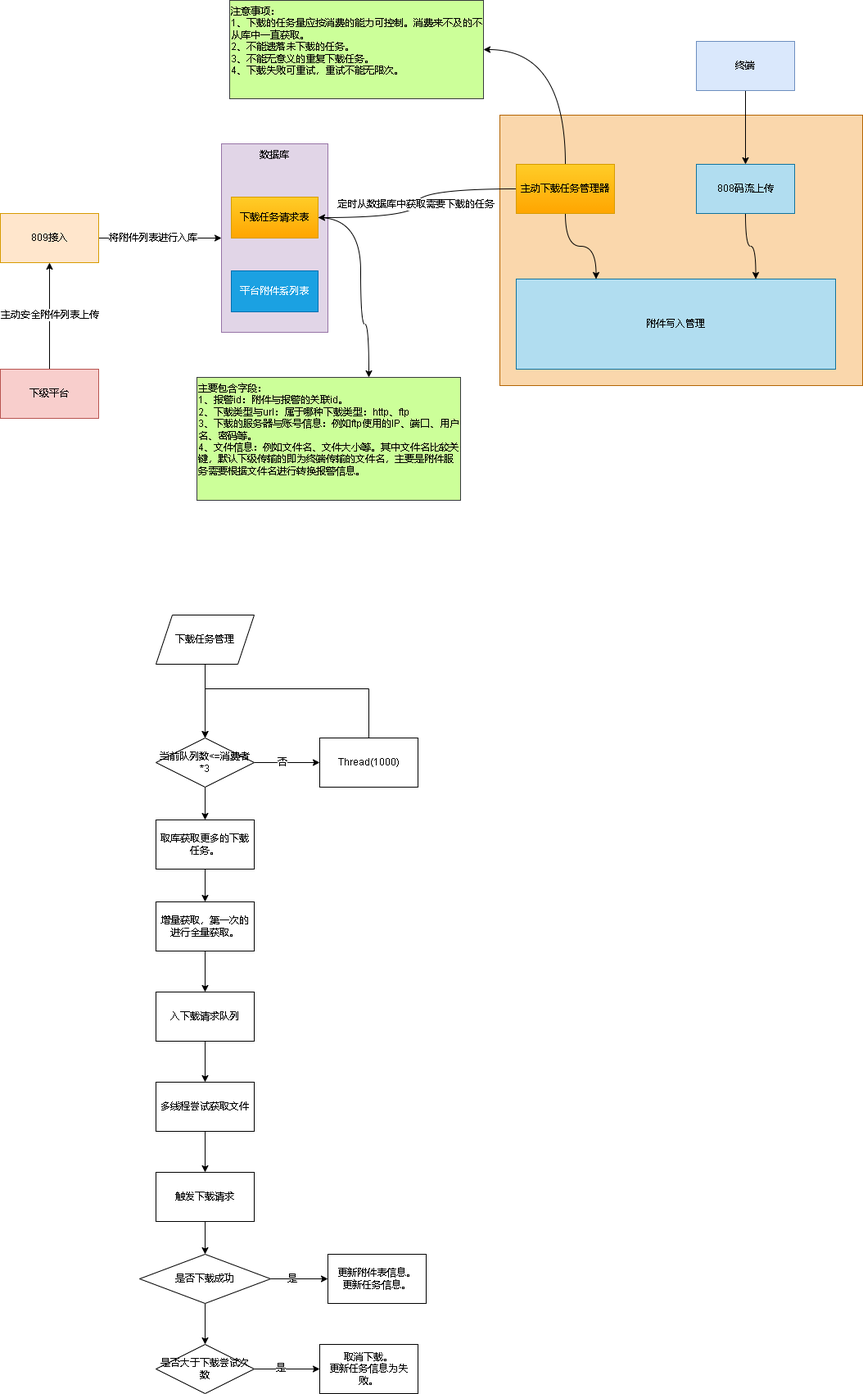
This is 809上传附件列表支持下载.drawio.png from xktder/draw, a draw.io export, as it was before one commit. Source tidied: cells renumbered, new cells last; positions are measured from the earlier drawing's top-left corner, leaving out a move shared by most shapes.
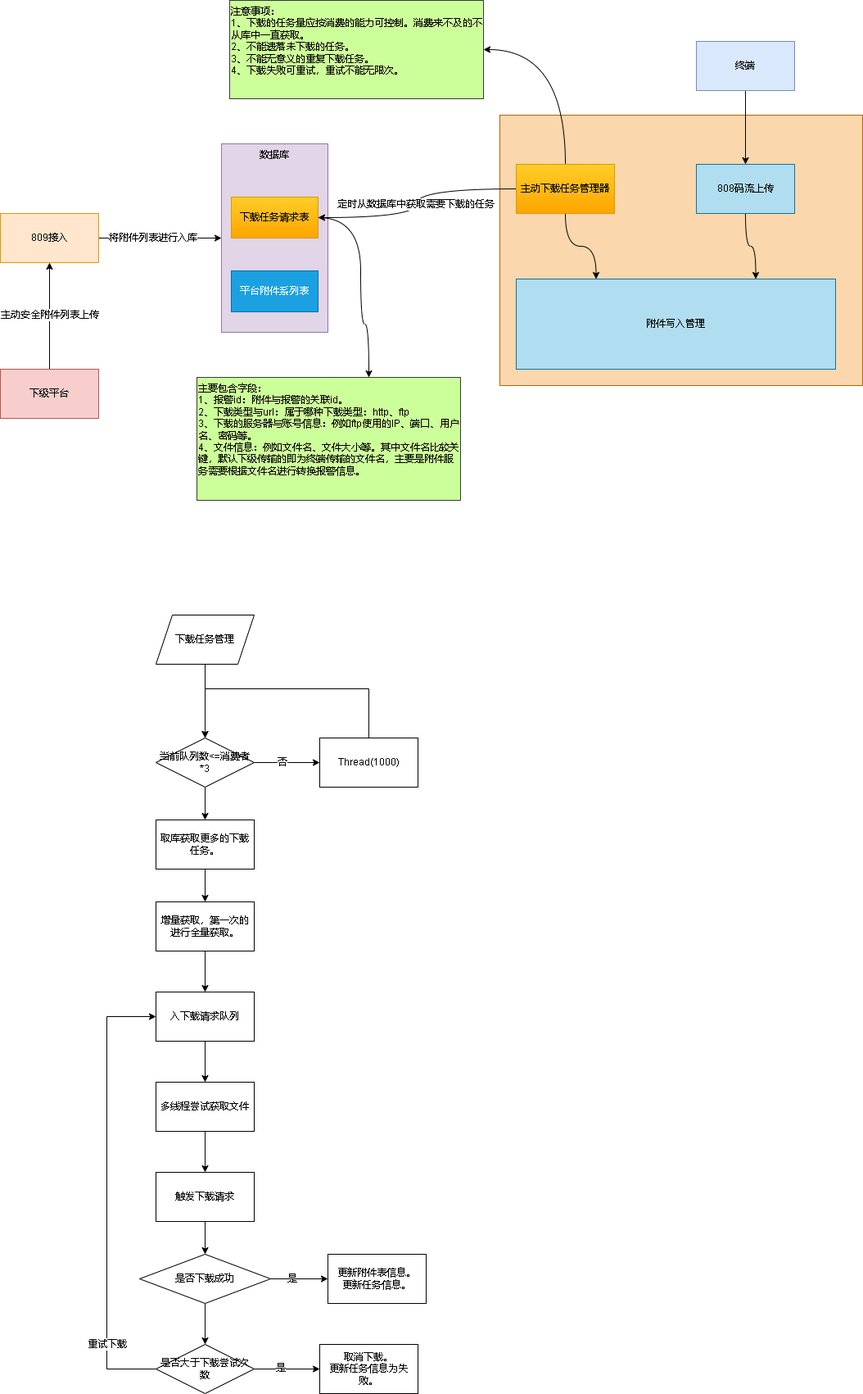
After the change.

Commit message:
更新809上传附件列表支持下载.drawio.png

Change to the diagram source:
```diff
@@ -160,6 +160,19 @@
     <mxCell id="48" value="是" style="edgeLabel;html=1;align=center;verticalAlign=middle;" parent="47" vertex="1">
       <mxGeometry x="-0.2" y="1" relative="1" as="geometry" />
     </mxCell>
+    <mxCell id="52" style="edgeStyle=orthogonalEdgeStyle;rounded=0;jettySize=auto;html=1;entryX=0;entryY=0.5;entryDx=0;entryDy=0;" parent="1" edge="1" source="49" target="38">
+      <mxGeometry relative="1" as="geometry">
+        <Array as="points">
+          <mxPoint x="130" y="1670" />
+          <mxPoint x="130" y="1240" />
+        </Array>
+      </mxGeometry>
+    </mxCell>
+    <mxCell id="53" value="重试下载" style="edgeLabel;html=1;align=center;verticalAlign=middle;" parent="52" vertex="1">
+      <mxGeometry x="-0.84" y="1" relative="1" as="geometry">
+        <mxPoint x="-16" y="-31" as="offset" />
+      </mxGeometry>
+    </mxCell>
     <mxCell id="49" value="是否大于下载尝试次数" style="whiteSpace=wrap;html=1;shape=rhombus;perimeter=rhombusPerimeter;" parent="1" vertex="1">
       <mxGeometry x="190" y="1640" width="120" height="60" as="geometry" />
     </mxCell>
```
